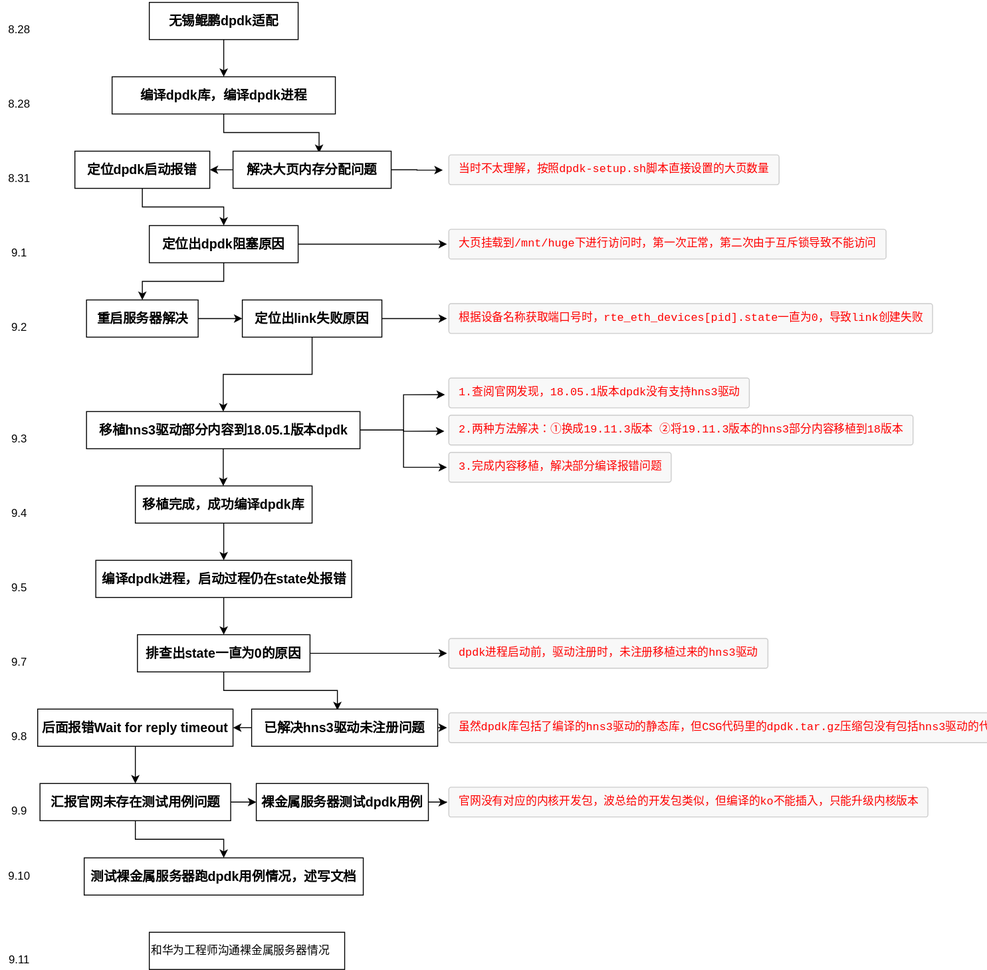
The draw.io diagram DPDK/dpdk.svg in Archive-ch/DPDK, before a commit. Source tidied: cells renumbered, new cells last; positions are measured from the earlier drawing's top-left corner, leaving out a move shared by most shapes.
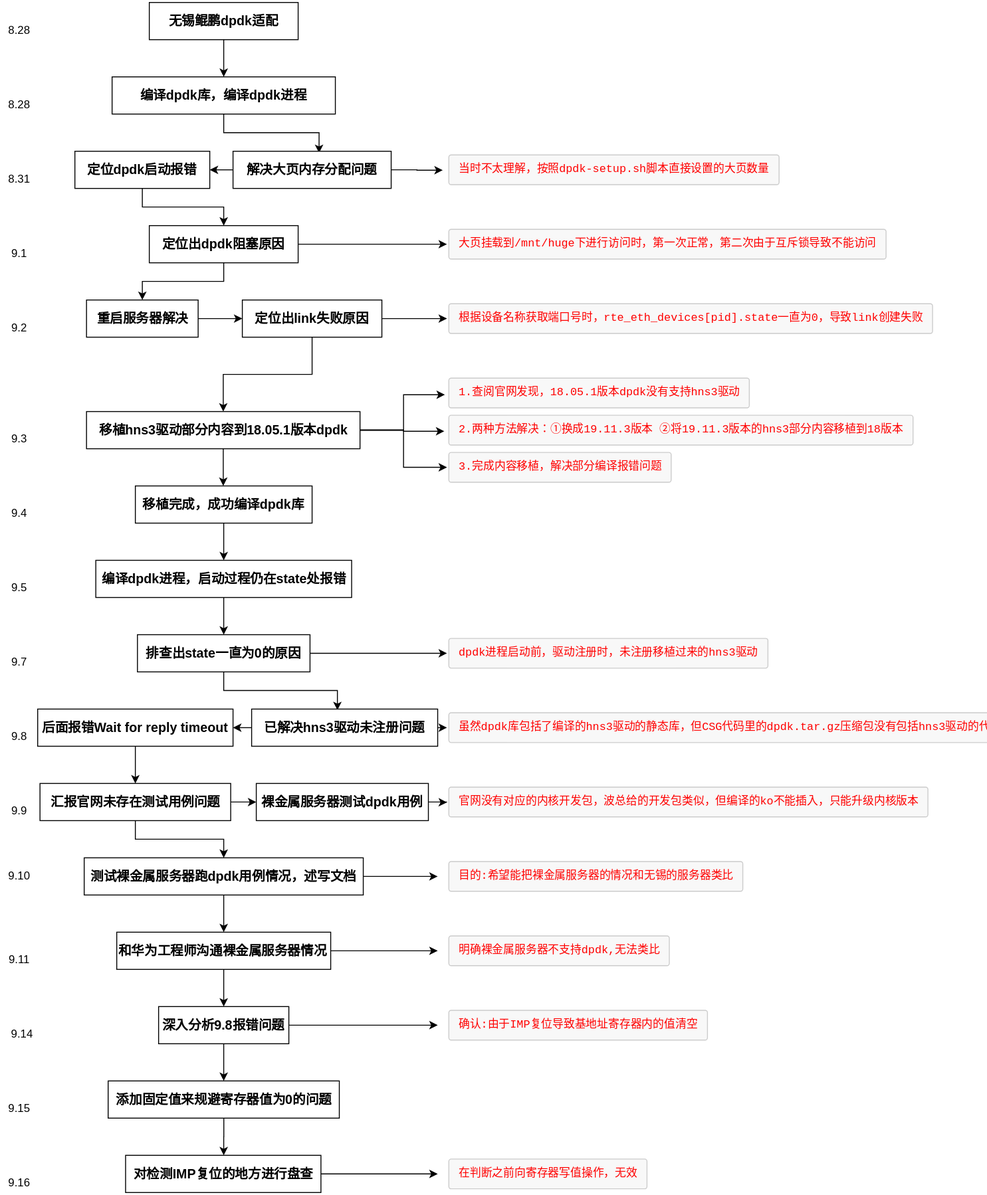
After the change.

Diff of the diagram source:
```diff
@@ -186,14 +186,80 @@
     <mxCell id="61" value="9.10" style="text;html=1;align=center;verticalAlign=middle;" parent="1" vertex="1">
       <mxGeometry y="930" width="40" height="20" as="geometry" />
     </mxCell>
+    <mxCell id="65" style="edgeStyle=orthogonalEdgeStyle;rounded=0;jettySize=auto;html=1;" parent="1" edge="1" source="62">
+      <mxGeometry relative="1" as="geometry">
+        <mxPoint x="470" y="940" as="targetPoint" />
+      </mxGeometry>
+    </mxCell>
+    <mxCell id="66" style="edgeStyle=orthogonalEdgeStyle;rounded=0;jettySize=auto;html=1;entryX=0.5;entryY=0;entryDx=0;entryDy=0;" parent="1" edge="1" source="62" target="63">
+      <mxGeometry relative="1" as="geometry" />
+    </mxCell>
     <mxCell id="62" value="&lt;h3&gt;测试裸金属服务器跑dpdk用例情况，述写文档&lt;/h3&gt;" style="whiteSpace=wrap;html=1;align=center;" parent="1" vertex="1">
       <mxGeometry x="90" y="920" width="300" height="40" as="geometry" />
     </mxCell>
+    <mxCell id="67" style="edgeStyle=orthogonalEdgeStyle;rounded=0;jettySize=auto;html=1;" parent="1" edge="1" source="63">
+      <mxGeometry relative="1" as="geometry">
+        <mxPoint x="470" y="1020" as="targetPoint" />
+      </mxGeometry>
+    </mxCell>
+    <mxCell id="68" style="edgeStyle=orthogonalEdgeStyle;rounded=0;jettySize=auto;html=1;entryX=0.5;entryY=0;entryDx=0;entryDy=0;" parent="1" edge="1" source="63" target="73">
+      <mxGeometry relative="1" as="geometry" />
+    </mxCell>
-    <mxCell id="63" value="和华为工程师沟通裸金属服务器情况" style="rounded=0;whiteSpace=wrap;html=1;align=left;" parent="1" vertex="1">
-      <mxGeometry x="160" y="1000" width="210" height="40" as="geometry" />
+    <mxCell id="63" value="&lt;h3&gt;和华为工程师沟通裸金属服务器情况&lt;/h3&gt;" style="rounded=0;whiteSpace=wrap;html=1;align=left;" parent="1" vertex="1">
+      <mxGeometry x="125" y="1000" width="230" height="40" as="geometry" />
     </mxCell>
     <mxCell id="64" value="9.11" style="text;html=1;align=center;verticalAlign=middle;" parent="1" vertex="1">
       <mxGeometry y="1020" width="40" height="20" as="geometry" />
     </mxCell>
+    <mxCell id="69" value="&lt;pre style=&quot;margin-top: 0px ; margin-bottom: 0px ; padding: 6px 10px ; background-color: rgb(248 , 248 , 248) ; border: 1px solid rgb(204 , 204 , 204) ; line-height: 19px ; overflow: auto ; border-radius: 3px ; overflow-wrap: break-word&quot;&gt;&lt;font color=&quot;#ff0000&quot;&gt;目的:希望能把裸金属服务器的情况和无锡的服务器类比&lt;/font&gt;&lt;/pre&gt;" style="text;html=1;align=left;verticalAlign=middle;" parent="1" vertex="1">
+      <mxGeometry x="480" y="920" width="330" height="40" as="geometry" />
+    </mxCell>
+    <mxCell id="70" value="&lt;pre style=&quot;margin-top: 0px ; margin-bottom: 0px ; padding: 6px 10px ; background-color: rgb(248 , 248 , 248) ; border: 1px solid rgb(204 , 204 , 204) ; line-height: 19px ; overflow: auto ; border-radius: 3px ; overflow-wrap: break-word&quot;&gt;&lt;font color=&quot;#ff0000&quot;&gt;明确裸金属服务器不支持dpdk,无法类比&lt;/font&gt;&lt;/pre&gt;" style="text;html=1;align=left;verticalAlign=middle;" parent="1" vertex="1">
+      <mxGeometry x="480" y="1000" width="250" height="40" as="geometry" />
+    </mxCell>
+    <mxCell id="71" style="edgeStyle=orthogonalEdgeStyle;rounded=0;jettySize=auto;html=1;" parent="1" edge="1" source="73">
+      <mxGeometry relative="1" as="geometry">
+        <mxPoint x="470" y="1100" as="targetPoint" />
+      </mxGeometry>
+    </mxCell>
+    <mxCell id="72" style="edgeStyle=orthogonalEdgeStyle;rounded=0;jettySize=auto;html=1;" parent="1" edge="1" source="73">
+      <mxGeometry relative="1" as="geometry">
+        <mxPoint x="240" y="1160" as="targetPoint" />
+      </mxGeometry>
+    </mxCell>
+    <mxCell id="73" value="&lt;h3&gt;深入分析9.8报错问题&lt;/h3&gt;" style="rounded=0;whiteSpace=wrap;html=1;align=center;" parent="1" vertex="1">
+      <mxGeometry x="170" y="1080" width="140" height="40" as="geometry" />
+    </mxCell>
+    <mxCell id="74" value="9.14" style="text;html=1;align=center;verticalAlign=middle;" parent="1" vertex="1">
+      <mxGeometry x="2.5" y="1100" width="40" height="20" as="geometry" />
+    </mxCell>
+    <mxCell id="75" value="&lt;pre style=&quot;margin-top: 0px ; margin-bottom: 0px ; padding: 6px 10px ; background-color: rgb(248 , 248 , 248) ; border: 1px solid rgb(204 , 204 , 204) ; line-height: 19px ; overflow: auto ; border-radius: 3px ; overflow-wrap: break-word&quot;&gt;&lt;font color=&quot;#ff0000&quot;&gt;确认:由于IMP复位导致基地址寄存器内的值清空&lt;/font&gt;&lt;/pre&gt;" style="text;html=1;align=left;verticalAlign=middle;" parent="1" vertex="1">
+      <mxGeometry x="480" y="1080" width="290" height="40" as="geometry" />
+    </mxCell>
+    <mxCell id="76" style="edgeStyle=orthogonalEdgeStyle;rounded=0;jettySize=auto;html=1;" parent="1" edge="1" source="77">
+      <mxGeometry relative="1" as="geometry">
+        <mxPoint x="240" y="1240" as="targetPoint" />
+      </mxGeometry>
+    </mxCell>
+    <mxCell id="77" value="&lt;h3&gt;添加固定值来规避寄存器值为0的问题&lt;/h3&gt;" style="rounded=0;whiteSpace=wrap;html=1;align=center;" parent="1" vertex="1">
+      <mxGeometry x="115.8" y="1160" width="248.5" height="40" as="geometry" />
+    </mxCell>
+    <mxCell id="78" value="9.15" style="text;html=1;align=center;verticalAlign=middle;" parent="1" vertex="1">
+      <mxGeometry y="1180" width="40" height="20" as="geometry" />
+    </mxCell>
+    <mxCell id="79" value="9.16" style="text;html=1;align=center;verticalAlign=middle;" parent="1" vertex="1">
+      <mxGeometry y="1260" width="40" height="20" as="geometry" />
+    </mxCell>
+    <mxCell id="80" style="edgeStyle=orthogonalEdgeStyle;rounded=0;jettySize=auto;html=1;" parent="1" edge="1" source="81">
+      <mxGeometry relative="1" as="geometry">
+        <mxPoint x="470" y="1260" as="targetPoint" />
+      </mxGeometry>
+    </mxCell>
+    <mxCell id="81" value="&lt;h3&gt;对检测IMP复位的地方进行盘查&lt;/h3&gt;" style="rounded=0;whiteSpace=wrap;html=1;align=center;" parent="1" vertex="1">
+      <mxGeometry x="134.5" y="1240" width="210" height="40" as="geometry" />
+    </mxCell>
+    <mxCell id="82" value="&lt;pre style=&quot;margin-top: 0px ; margin-bottom: 0px ; padding: 6px 10px ; background-color: rgb(248 , 248 , 248) ; border: 1px solid rgb(204 , 204 , 204) ; line-height: 19px ; overflow: auto ; border-radius: 3px ; overflow-wrap: break-word&quot;&gt;&lt;font color=&quot;#ff0000&quot;&gt;在判断之前向寄存器写值操作，无效&lt;/font&gt;&lt;/pre&gt;" style="text;html=1;align=left;verticalAlign=middle;" parent="1" vertex="1">
+      <mxGeometry x="480" y="1240" width="230" height="40" as="geometry" />
+    </mxCell>
   </root>
 </mxGraphModel>
```
